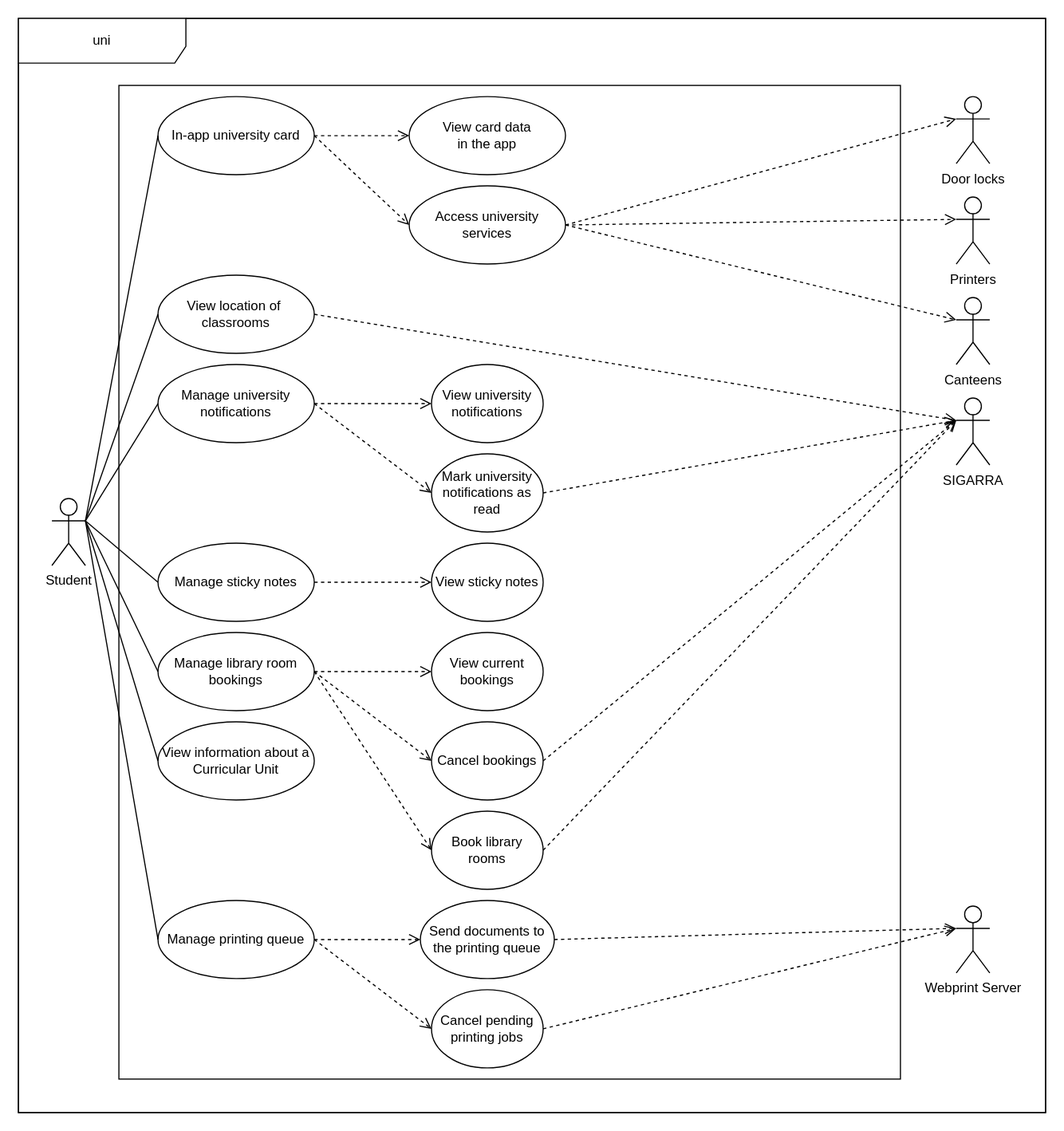
Before: docs/diagrams/svg/use-case.svg, a diagram exported from draw.io (LEIC-ES-2021-22/2LEIC09T3). Source tidied: cells renumbered, new cells last; positions are measured from the earlier drawing's top-left corner, leaving out a move shared by most shapes.
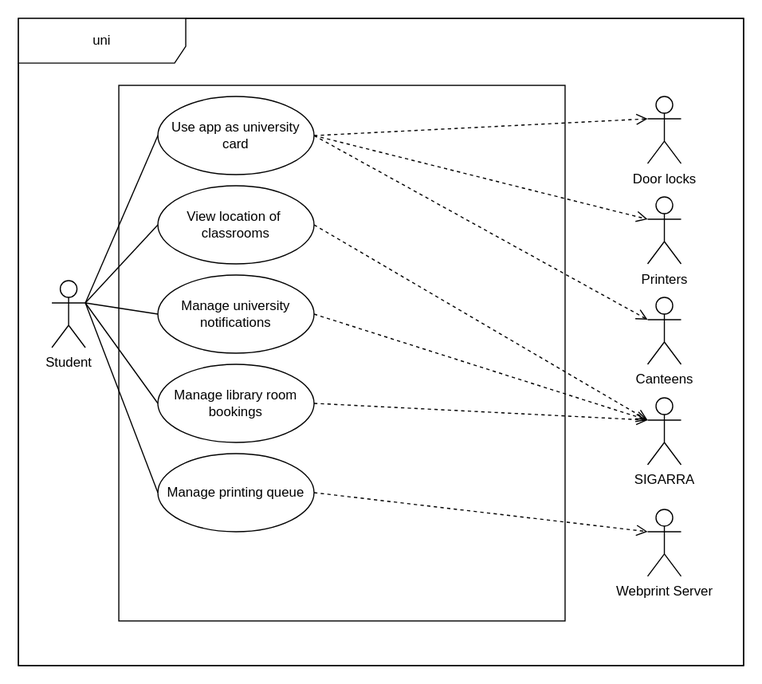
After the change.

Commit message:
docs: update use case diagram based on feedback

What changed in the source:
```diff
@@ -3,162 +3,82 @@
     <mxCell id="0" />
     <mxCell id="1" parent="0" />
     <mxCell id="2" style="rounded=0;whiteSpace=wrap;html=1;fillColor=#FFFFFF;" parent="1" vertex="1">
-      <mxGeometry width="920" height="980" as="geometry" />
+      <mxGeometry x="-200" y="43" width="650" height="580" as="geometry" />
     </mxCell>
     <mxCell id="3" value="uni" style="shape=umlFrame;whiteSpace=wrap;html=1;width=150;height=40;" parent="1" vertex="1">
-      <mxGeometry width="920" height="980" as="geometry" />
+      <mxGeometry x="-200" y="43" width="650" height="580" as="geometry" />
     </mxCell>
     <mxCell id="4" style="html=1;verticalAlign=top;" parent="1" vertex="1">
-      <mxGeometry x="90" y="60" width="700" height="890" as="geometry" />
+      <mxGeometry x="-110" y="103" width="400" height="480" as="geometry" />
     </mxCell>
     <mxCell id="5" value="&lt;div&gt;Student&lt;/div&gt;" style="shape=umlActor;verticalLabelPosition=bottom;verticalAlign=top;html=1;outlineConnect=0;fillColor=rgb(255, 255, 255);strokeColor=rgb(0, 0, 0);fontColor=rgb(0, 0, 0);" parent="1" vertex="1">
-      <mxGeometry x="30" y="430" width="30" height="60" as="geometry" />
+      <mxGeometry x="-170" y="278" width="30" height="60" as="geometry" />
     </mxCell>
-    <mxCell id="6" value="In-app university card" style="ellipse;whiteSpace=wrap;html=1;" parent="1" vertex="1">
-      <mxGeometry x="125" y="70" width="140" height="70" as="geometry" />
+    <mxCell id="6" value="Use app as university card" style="ellipse;whiteSpace=wrap;html=1;" parent="1" vertex="1">
+      <mxGeometry x="-75" y="113" width="140" height="70" as="geometry" />
     </mxCell>
     <mxCell id="7" value="Door locks" style="shape=umlActor;verticalLabelPosition=bottom;verticalAlign=top;html=1;outlineConnect=0;fillColor=rgb(255, 255, 255);strokeColor=rgb(0, 0, 0);fontColor=rgb(0, 0, 0);" parent="1" vertex="1">
-      <mxGeometry x="840" y="70" width="30" height="60" as="geometry" />
+      <mxGeometry x="364" y="113" width="30" height="60" as="geometry" />
     </mxCell>
     <mxCell id="8" style="endArrow=none;html=1;rounded=0;entryX=0;entryY=0.5;entryDx=0;entryDy=0;exitX=1;exitY=0.3333333333333333;exitDx=0;exitDy=0;exitPerimeter=0;" parent="1" edge="1" source="5" target="6">
       <mxGeometry relative="1" as="geometry" />
     </mxCell>
-    <mxCell id="9" value="Access university&lt;br&gt;services" style="ellipse;whiteSpace=wrap;html=1;" parent="1" vertex="1">
-      <mxGeometry x="350" y="150" width="140" height="70" as="geometry" />
-    </mxCell>
     <mxCell id="10" value="View location of&amp;nbsp;&lt;br&gt;classrooms" style="ellipse;whiteSpace=wrap;html=1;" parent="1" vertex="1">
-      <mxGeometry x="125" y="230" width="140" height="70" as="geometry" />
+      <mxGeometry x="-75" y="193" width="140" height="70" as="geometry" />
     </mxCell>
     <mxCell id="11" value="Manage university notifications" style="ellipse;whiteSpace=wrap;html=1;" parent="1" vertex="1">
-      <mxGeometry x="125" y="310" width="140" height="70" as="geometry" />
+      <mxGeometry x="-75" y="273" width="140" height="70" as="geometry" />
     </mxCell>
-    <mxCell id="12" value="Manage sticky notes" style="ellipse;whiteSpace=wrap;html=1;" parent="1" vertex="1">
-      <mxGeometry x="125" y="470" width="140" height="70" as="geometry" />
-    </mxCell>
     <mxCell id="13" value="Manage library room bookings" style="ellipse;whiteSpace=wrap;html=1;" parent="1" vertex="1">
-      <mxGeometry x="125" y="550" width="140" height="70" as="geometry" />
+      <mxGeometry x="-75" y="353" width="140" height="70" as="geometry" />
     </mxCell>
     <mxCell id="14" value="Printers" style="shape=umlActor;verticalLabelPosition=bottom;verticalAlign=top;html=1;outlineConnect=0;fillColor=rgb(255, 255, 255);strokeColor=rgb(0, 0, 0);fontColor=rgb(0, 0, 0);" parent="1" vertex="1">
-      <mxGeometry x="840" y="160" width="30" height="60" as="geometry" />
+      <mxGeometry x="364" y="203" width="30" height="60" as="geometry" />
     </mxCell>
     <mxCell id="15" value="Canteens" style="shape=umlActor;verticalLabelPosition=bottom;verticalAlign=top;html=1;outlineConnect=0;fillColor=rgb(255, 255, 255);strokeColor=rgb(0, 0, 0);fontColor=rgb(0, 0, 0);" parent="1" vertex="1">
-      <mxGeometry x="840" y="250" width="30" height="60" as="geometry" />
+      <mxGeometry x="364" y="293" width="30" height="60" as="geometry" />
     </mxCell>
-    <mxCell id="16" style="html=1;verticalAlign=bottom;endArrow=open;dashed=1;endSize=8;rounded=0;exitX=1;exitY=0.5;exitDx=0;exitDy=0;entryX=0;entryY=0.3333333333333333;entryDx=0;entryDy=0;entryPerimeter=0;" parent="1" edge="1" source="9" target="7">
+    <mxCell id="16" style="html=1;verticalAlign=bottom;endArrow=open;dashed=1;endSize=8;rounded=0;exitX=1;exitY=0.5;exitDx=0;exitDy=0;entryX=0;entryY=0.3333333333333333;entryDx=0;entryDy=0;entryPerimeter=0;" parent="1" edge="1" source="6" target="7">
       <mxGeometry relative="1" as="geometry" />
     </mxCell>
-    <mxCell id="17" style="html=1;verticalAlign=bottom;endArrow=open;dashed=1;endSize=8;rounded=0;exitX=1;exitY=0.5;exitDx=0;exitDy=0;entryX=0;entryY=0.3333333333333333;entryDx=0;entryDy=0;entryPerimeter=0;" parent="1" edge="1" source="9" target="14">
+    <mxCell id="17" style="html=1;verticalAlign=bottom;endArrow=open;dashed=1;endSize=8;rounded=0;exitX=1;exitY=0.5;exitDx=0;exitDy=0;entryX=0;entryY=0.3333333333333333;entryDx=0;entryDy=0;entryPerimeter=0;" parent="1" edge="1" source="6" target="14">
       <mxGeometry relative="1" as="geometry" />
     </mxCell>
-    <mxCell id="18" style="html=1;verticalAlign=bottom;endArrow=open;dashed=1;endSize=8;rounded=0;exitX=1;exitY=0.5;exitDx=0;exitDy=0;entryX=0;entryY=0.3333333333333333;entryDx=0;entryDy=0;entryPerimeter=0;" parent="1" edge="1" source="9" target="15">
+    <mxCell id="18" style="html=1;verticalAlign=bottom;endArrow=open;dashed=1;endSize=8;rounded=0;entryX=0;entryY=0.3333333333333333;entryDx=0;entryDy=0;entryPerimeter=0;exitX=1;exitY=0.5;exitDx=0;exitDy=0;" parent="1" edge="1" source="6" target="15">
       <mxGeometry relative="1" as="geometry" />
     </mxCell>
     <mxCell id="19" style="endArrow=none;html=1;rounded=0;entryX=0;entryY=0.5;entryDx=0;entryDy=0;exitX=1;exitY=0.3333333333333333;exitDx=0;exitDy=0;exitPerimeter=0;" parent="1" edge="1" source="5" target="10">
       <mxGeometry relative="1" as="geometry" />
     </mxCell>
-    <mxCell id="20" value="View university notifications" style="ellipse;whiteSpace=wrap;html=1;" parent="1" vertex="1">
-      <mxGeometry x="370" y="310" width="100" height="70" as="geometry" />
-    </mxCell>
-    <mxCell id="21" style="html=1;verticalAlign=bottom;endArrow=open;dashed=1;endSize=8;rounded=0;exitX=1;exitY=0.5;exitDx=0;exitDy=0;entryX=0;entryY=0.5;entryDx=0;entryDy=0;" parent="1" edge="1" source="11" target="20">
-      <mxGeometry relative="1" as="geometry" />
-    </mxCell>
     <mxCell id="22" style="endArrow=none;html=1;rounded=0;entryX=0;entryY=0.5;entryDx=0;entryDy=0;exitX=1;exitY=0.3333333333333333;exitDx=0;exitDy=0;exitPerimeter=0;" parent="1" edge="1" source="5" target="11">
       <mxGeometry relative="1" as="geometry" />
     </mxCell>
-    <mxCell id="23" style="html=1;verticalAlign=bottom;endArrow=open;dashed=1;endSize=8;rounded=0;entryX=0;entryY=0.5;entryDx=0;entryDy=0;exitX=1;exitY=0.5;exitDx=0;exitDy=0;" parent="1" edge="1" source="12" target="29">
-      <mxGeometry relative="1" as="geometry" />
-    </mxCell>
-    <mxCell id="24" style="endArrow=none;html=1;rounded=0;entryX=0;entryY=0.5;entryDx=0;entryDy=0;exitX=1;exitY=0.3333333333333333;exitDx=0;exitDy=0;exitPerimeter=0;" parent="1" edge="1" source="5" target="12">
-      <mxGeometry relative="1" as="geometry" />
-    </mxCell>
-    <mxCell id="25" style="html=1;verticalAlign=bottom;endArrow=open;dashed=1;endSize=8;rounded=0;exitX=1;exitY=0.5;exitDx=0;exitDy=0;entryX=0;entryY=0.5;entryDx=0;entryDy=0;" parent="1" edge="1" source="13" target="30">
-      <mxGeometry relative="1" as="geometry" />
-    </mxCell>
     <mxCell id="26" style="endArrow=none;html=1;rounded=0;exitX=0;exitY=0.5;exitDx=0;exitDy=0;entryX=1;entryY=0.3333333333333333;entryDx=0;entryDy=0;entryPerimeter=0;" parent="1" edge="1" source="13" target="5">
       <mxGeometry relative="1" as="geometry" />
     </mxCell>
     <mxCell id="27" value="Manage printing queue" style="ellipse;whiteSpace=wrap;html=1;" parent="1" vertex="1">
-      <mxGeometry x="125" y="790" width="140" height="70" as="geometry" />
+      <mxGeometry x="-75" y="433" width="140" height="70" as="geometry" />
     </mxCell>
-    <mxCell id="28" value="View information about a Curricular Unit" style="ellipse;whiteSpace=wrap;html=1;" parent="1" vertex="1">
-      <mxGeometry x="125" y="630" width="140" height="70" as="geometry" />
-    </mxCell>
-    <mxCell id="29" value="View sticky notes" style="ellipse;whiteSpace=wrap;html=1;" parent="1" vertex="1">
-      <mxGeometry x="370" y="470" width="100" height="70" as="geometry" />
-    </mxCell>
-    <mxCell id="30" value="View current bookings" style="ellipse;whiteSpace=wrap;html=1;" parent="1" vertex="1">
-      <mxGeometry x="370" y="550" width="100" height="70" as="geometry" />
-    </mxCell>
-    <mxCell id="31" value="Send documents to the printing queue" style="ellipse;whiteSpace=wrap;html=1;" parent="1" vertex="1">
-      <mxGeometry x="360" y="790" width="120" height="70" as="geometry" />
-    </mxCell>
     <mxCell id="32" style="endArrow=none;html=1;rounded=0;entryX=0;entryY=0.5;entryDx=0;entryDy=0;exitX=1;exitY=0.3333333333333333;exitDx=0;exitDy=0;exitPerimeter=0;" parent="1" edge="1" source="5" target="27">
       <mxGeometry relative="1" as="geometry" />
     </mxCell>
-    <mxCell id="33" style="endArrow=none;html=1;rounded=0;entryX=0;entryY=0.5;entryDx=0;entryDy=0;exitX=1;exitY=0.3333333333333333;exitDx=0;exitDy=0;exitPerimeter=0;" parent="1" edge="1" source="5" target="28">
-      <mxGeometry relative="1" as="geometry" />
-    </mxCell>
     <mxCell id="34" value="SIGARRA" style="shape=umlActor;verticalLabelPosition=bottom;verticalAlign=top;html=1;outlineConnect=0;fillColor=rgb(255, 255, 255);strokeColor=rgb(0, 0, 0);fontColor=rgb(0, 0, 0);" parent="1" vertex="1">
-      <mxGeometry x="840" y="340" width="30" height="60" as="geometry" />
+      <mxGeometry x="364" y="383" width="30" height="60" as="geometry" />
     </mxCell>
     <mxCell id="35" value="Webprint Server" style="shape=umlActor;verticalLabelPosition=bottom;verticalAlign=top;html=1;outlineConnect=0;fillColor=rgb(255, 255, 255);strokeColor=rgb(0, 0, 0);fontColor=rgb(0, 0, 0);" parent="1" vertex="1">
-      <mxGeometry x="840" y="795" width="30" height="60" as="geometry" />
+      <mxGeometry x="364" y="483" width="30" height="60" as="geometry" />
     </mxCell>
     <mxCell id="36" style="html=1;verticalAlign=bottom;endArrow=open;dashed=1;endSize=8;rounded=0;exitX=1;exitY=0.5;exitDx=0;exitDy=0;entryX=0;entryY=0.3333333333333333;entryDx=0;entryDy=0;entryPerimeter=0;" parent="1" edge="1" source="10" target="34">
       <mxGeometry relative="1" as="geometry" />
     </mxCell>
-    <mxCell id="37" value="View card data&lt;br&gt;in the app" style="ellipse;whiteSpace=wrap;html=1;" parent="1" vertex="1">
-      <mxGeometry x="350" y="70" width="140" height="70" as="geometry" />
-    </mxCell>
-    <mxCell id="38" style="html=1;verticalAlign=bottom;endArrow=open;dashed=1;endSize=8;rounded=0;exitX=1;exitY=0.5;exitDx=0;exitDy=0;entryX=0;entryY=0.5;entryDx=0;entryDy=0;" parent="1" edge="1" source="6" target="9">
-      <mxGeometry relative="1" as="geometry" />
-    </mxCell>
-    <mxCell id="39" style="html=1;verticalAlign=bottom;endArrow=open;dashed=1;endSize=8;rounded=0;exitX=1;exitY=0.5;exitDx=0;exitDy=0;entryX=0;entryY=0.5;entryDx=0;entryDy=0;" parent="1" edge="1" source="6" target="37">
-      <mxGeometry relative="1" as="geometry" />
-    </mxCell>
-    <mxCell id="40" value="Mark university notifications as read" style="ellipse;whiteSpace=wrap;html=1;" parent="1" vertex="1">
-      <mxGeometry x="370" y="390" width="100" height="70" as="geometry" />
-    </mxCell>
-    <mxCell id="41" style="html=1;verticalAlign=bottom;endArrow=open;dashed=1;endSize=8;rounded=0;exitX=1;exitY=0.5;exitDx=0;exitDy=0;entryX=0;entryY=0.5;entryDx=0;entryDy=0;" parent="1" edge="1" source="11" target="40">
-      <mxGeometry relative="1" as="geometry" />
-    </mxCell>
-    <mxCell id="42" style="html=1;verticalAlign=bottom;endArrow=open;dashed=1;endSize=8;rounded=0;exitX=1;exitY=0.5;exitDx=0;exitDy=0;" parent="1" edge="1" source="40">
-      <mxGeometry relative="1" as="geometry">
-        <mxPoint x="840" y="360" as="targetPoint" />
-      </mxGeometry>
-    </mxCell>
-    <mxCell id="43" value="Cancel bookings" style="ellipse;whiteSpace=wrap;html=1;" parent="1" vertex="1">
-      <mxGeometry x="370" y="630" width="100" height="70" as="geometry" />
-    </mxCell>
-    <mxCell id="44" style="html=1;verticalAlign=bottom;endArrow=open;dashed=1;endSize=8;rounded=0;exitX=1;exitY=0.5;exitDx=0;exitDy=0;entryX=0;entryY=0.5;entryDx=0;entryDy=0;" parent="1" edge="1" source="13" target="43">
-      <mxGeometry relative="1" as="geometry" />
-    </mxCell>
-    <mxCell id="45" value="Book library rooms" style="ellipse;whiteSpace=wrap;html=1;" parent="1" vertex="1">
-      <mxGeometry x="370" y="710" width="100" height="70" as="geometry" />
-    </mxCell>
-    <mxCell id="46" style="html=1;verticalAlign=bottom;endArrow=open;dashed=1;endSize=8;rounded=0;exitX=1;exitY=0.5;exitDx=0;exitDy=0;entryX=0;entryY=0.5;entryDx=0;entryDy=0;" parent="1" edge="1" source="27" target="31">
-      <mxGeometry relative="1" as="geometry" />
-    </mxCell>
-    <mxCell id="47" value="Cancel pending printing jobs" style="ellipse;whiteSpace=wrap;html=1;" parent="1" vertex="1">
-      <mxGeometry x="370" y="870" width="100" height="70" as="geometry" />
-    </mxCell>
-    <mxCell id="48" style="html=1;verticalAlign=bottom;endArrow=open;dashed=1;endSize=8;rounded=0;exitX=1;exitY=0.5;exitDx=0;exitDy=0;entryX=0;entryY=0.5;entryDx=0;entryDy=0;" parent="1" edge="1" source="13" target="45">
-      <mxGeometry relative="1" as="geometry" />
-    </mxCell>
-    <mxCell id="49" style="html=1;verticalAlign=bottom;endArrow=open;dashed=1;endSize=8;rounded=0;exitX=1;exitY=0.5;exitDx=0;exitDy=0;entryX=0;entryY=0.5;entryDx=0;entryDy=0;" parent="1" edge="1" source="27" target="47">
-      <mxGeometry relative="1" as="geometry" />
-    </mxCell>
-    <mxCell id="50" style="html=1;verticalAlign=bottom;endArrow=open;dashed=1;endSize=8;rounded=0;exitX=1;exitY=0.5;exitDx=0;exitDy=0;entryX=0;entryY=0.3333333333333333;entryDx=0;entryDy=0;entryPerimeter=0;" parent="1" edge="1" source="31" target="35">
+    <mxCell id="50" style="html=1;verticalAlign=bottom;endArrow=open;dashed=1;endSize=8;rounded=0;exitX=1;exitY=0.5;exitDx=0;exitDy=0;entryX=0;entryY=0.3333333333333333;entryDx=0;entryDy=0;entryPerimeter=0;" parent="1" edge="1" source="27" target="35">
       <mxGeometry relative="1" as="geometry" />
     </mxCell>
-    <mxCell id="51" style="html=1;verticalAlign=bottom;endArrow=open;dashed=1;endSize=8;rounded=0;exitX=1;exitY=0.5;exitDx=0;exitDy=0;entryX=0;entryY=0.3333333333333333;entryDx=0;entryDy=0;entryPerimeter=0;" parent="1" edge="1" source="47" target="35">
-      <mxGeometry relative="1" as="geometry" />
-    </mxCell>
-    <mxCell id="52" style="html=1;verticalAlign=bottom;endArrow=open;dashed=1;endSize=8;rounded=0;exitX=1;exitY=0.5;exitDx=0;exitDy=0;entryX=0;entryY=0.3333333333333333;entryDx=0;entryDy=0;entryPerimeter=0;" parent="1" edge="1" source="43" target="34">
+    <mxCell id="52" style="html=1;verticalAlign=bottom;endArrow=open;dashed=1;endSize=8;rounded=0;exitX=1;exitY=0.5;exitDx=0;exitDy=0;entryX=0;entryY=0.3333333333333333;entryDx=0;entryDy=0;entryPerimeter=0;" parent="1" edge="1" source="13" target="34">
       <mxGeometry relative="1" as="geometry" />
     </mxCell>
-    <mxCell id="53" style="html=1;verticalAlign=bottom;endArrow=open;dashed=1;endSize=8;rounded=0;exitX=1;exitY=0.5;exitDx=0;exitDy=0;entryX=0;entryY=0.3333333333333333;entryDx=0;entryDy=0;entryPerimeter=0;" parent="1" edge="1" source="45" target="34">
-      <mxGeometry relative="1" as="geometry" />
-    </mxCell>
+    <mxCell id="54" style="html=1;verticalAlign=bottom;endArrow=open;dashed=1;endSize=8;rounded=0;exitX=1;exitY=0.5;exitDx=0;exitDy=0;entryX=0;entryY=0.3333333333333333;entryDx=0;entryDy=0;entryPerimeter=0;" parent="1" edge="1" source="11" target="34">
+      <mxGeometry relative="1" as="geometry" />
+    </mxCell>
   </root>
 </mxGraphModel>
```
